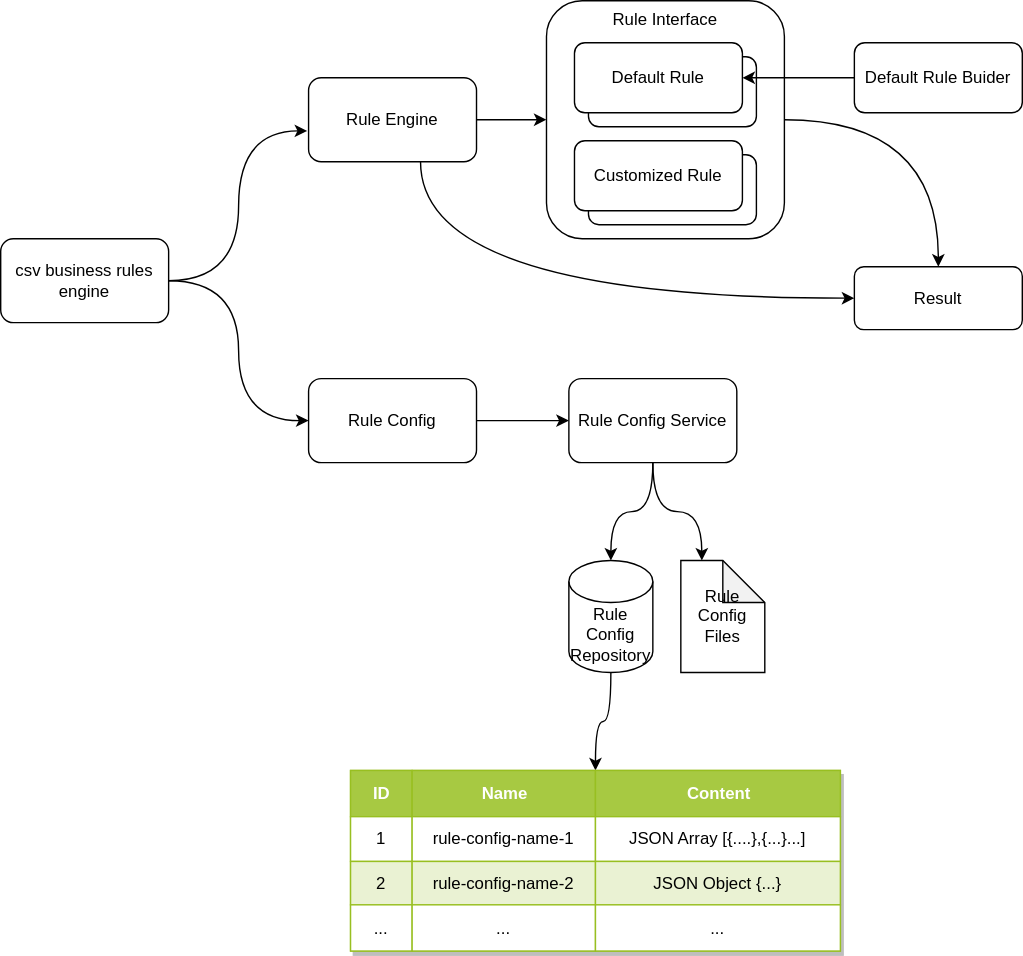
Before: csv-business-rules-engine.drawio.svg, a diagram exported from draw.io (colinzhu/business-rule-engine). Source tidied: cells renumbered, new cells last; positions are measured from the earlier drawing's top-left corner, leaving out a move shared by most shapes. Source of this version:
```xml
<mxGraphModel>
  <root>
    <mxCell id="0" />
    <mxCell id="1" parent="0" />
    <mxCell id="2" style="edgeStyle=orthogonalEdgeStyle;curved=1;rounded=0;jettySize=auto;html=1;entryX=-0.008;entryY=0.633;entryDx=0;entryDy=0;entryPerimeter=0;exitX=1;exitY=0.5;exitDx=0;exitDy=0;" parent="1" edge="1" source="4" target="7">
      <mxGeometry relative="1" as="geometry" />
    </mxCell>
    <mxCell id="3" style="edgeStyle=orthogonalEdgeStyle;curved=1;rounded=0;jettySize=auto;html=1;entryX=0;entryY=0.5;entryDx=0;entryDy=0;" parent="1" edge="1" source="4" target="9">
      <mxGeometry relative="1" as="geometry" />
    </mxCell>
    <mxCell id="4" value="csv business rules engine" style="rounded=1;whiteSpace=wrap;html=1;" parent="1" vertex="1">
      <mxGeometry y="170" width="120" height="60" as="geometry" />
    </mxCell>
    <mxCell id="5" style="edgeStyle=orthogonalEdgeStyle;curved=1;rounded=0;jettySize=auto;html=1;entryX=0;entryY=0.5;entryDx=0;entryDy=0;" parent="1" edge="1" source="7" target="35">
      <mxGeometry relative="1" as="geometry" />
    </mxCell>
    <mxCell id="6" style="edgeStyle=orthogonalEdgeStyle;curved=1;rounded=0;jettySize=auto;html=1;entryX=0;entryY=0.5;entryDx=0;entryDy=0;" parent="1" edge="1" source="7" target="43">
      <mxGeometry relative="1" as="geometry">
        <Array as="points">
          <mxPoint x="300" y="213" />
        </Array>
      </mxGeometry>
    </mxCell>
    <mxCell id="7" value="Rule Engine" style="rounded=1;whiteSpace=wrap;html=1;" parent="1" vertex="1">
      <mxGeometry x="220" y="55" width="120" height="60" as="geometry" />
    </mxCell>
    <mxCell id="8" style="edgeStyle=orthogonalEdgeStyle;curved=1;rounded=0;jettySize=auto;html=1;entryX=0;entryY=0.5;entryDx=0;entryDy=0;" parent="1" edge="1" source="9" target="14">
      <mxGeometry relative="1" as="geometry" />
    </mxCell>
    <mxCell id="9" value="Rule Config" style="rounded=1;whiteSpace=wrap;html=1;" parent="1" vertex="1">
      <mxGeometry x="220" y="270" width="120" height="60" as="geometry" />
    </mxCell>
    <mxCell id="10" style="edgeStyle=orthogonalEdgeStyle;curved=1;rounded=0;jettySize=auto;html=1;" parent="1" edge="1" source="11" target="18">
      <mxGeometry relative="1" as="geometry" />
    </mxCell>
    <mxCell id="11" value="Rule Config Repository" style="shape=cylinder3;whiteSpace=wrap;html=1;boundedLbl=1;backgroundOutline=1;size=15;" parent="1" vertex="1">
      <mxGeometry x="406" y="400" width="60" height="80" as="geometry" />
    </mxCell>
    <mxCell id="12" style="edgeStyle=orthogonalEdgeStyle;curved=1;rounded=0;jettySize=auto;html=1;" parent="1" edge="1" source="14" target="11">
      <mxGeometry relative="1" as="geometry" />
    </mxCell>
    <mxCell id="13" style="edgeStyle=orthogonalEdgeStyle;curved=1;rounded=0;jettySize=auto;html=1;entryX=0;entryY=0;entryDx=15;entryDy=0;entryPerimeter=0;" parent="1" edge="1" source="14" target="15">
      <mxGeometry relative="1" as="geometry" />
    </mxCell>
    <mxCell id="14" value="Rule Config Service" style="rounded=1;whiteSpace=wrap;html=1;" parent="1" vertex="1">
      <mxGeometry x="406" y="270" width="120" height="60" as="geometry" />
    </mxCell>
    <mxCell id="15" value="Rule Config Files" style="shape=note;whiteSpace=wrap;html=1;backgroundOutline=1;darkOpacity=0.05;" parent="1" vertex="1">
      <mxGeometry x="486" y="400" width="60" height="80" as="geometry" />
    </mxCell>
    <mxCell id="16" value="Default Rule Buider" style="rounded=1;whiteSpace=wrap;html=1;" parent="1" vertex="1">
      <mxGeometry x="610" y="30" width="120" height="50" as="geometry" />
    </mxCell>
    <mxCell id="17" value="Assets" style="strokeColor=#98bf21;fillColor=#A7C942;shadow=1;" parent="1" vertex="1">
      <mxGeometry x="250" y="550" width="350" height="129" as="geometry" />
    </mxCell>
    <mxCell id="18" style="shape=tableRow;horizontal=0;startSize=0;swimlaneHead=0;swimlaneBody=0;top=0;left=0;bottom=0;right=0;fontStyle=0;strokeColor=inherit;fillColor=#ffffff;" parent="17" vertex="1">
      <mxGeometry width="350" height="33" as="geometry" />
    </mxCell>
    <mxCell id="19" value="ID" style="strokeColor=inherit;fillColor=#A7C942;align=center;fontStyle=1;fontColor=#FFFFFF;html=1;" parent="18" vertex="1">
      <mxGeometry width="44" height="33" as="geometry" />
    </mxCell>
    <mxCell id="20" value="Name" style="strokeColor=inherit;fillColor=#A7C942;align=center;fontStyle=1;fontColor=#FFFFFF;html=1;" parent="18" vertex="1">
      <mxGeometry x="44" width="131" height="33" as="geometry" />
    </mxCell>
    <mxCell id="21" value="Content" style="strokeColor=inherit;fillColor=#A7C942;align=center;fontStyle=1;fontColor=#FFFFFF;html=1;" parent="18" vertex="1">
      <mxGeometry x="175" width="175" height="33" as="geometry" />
    </mxCell>
    <mxCell id="22" style="shape=tableRow;horizontal=0;startSize=0;swimlaneHead=0;swimlaneBody=0;top=0;left=0;bottom=0;right=0;fontStyle=0;strokeColor=inherit;fillColor=#ffffff;" parent="17" vertex="1">
      <mxGeometry y="33" width="350" height="32" as="geometry" />
    </mxCell>
    <mxCell id="23" value="1" style="strokeColor=inherit;fillColor=inherit;align=center;whiteSpace=wrap;html=1;" parent="22" vertex="1">
      <mxGeometry width="44" height="32" as="geometry" />
    </mxCell>
    <mxCell id="24" value="rule-config-name-1" style="strokeColor=inherit;fillColor=inherit;align=center;whiteSpace=wrap;html=1;" parent="22" vertex="1">
      <mxGeometry x="44" width="131" height="32" as="geometry" />
    </mxCell>
    <mxCell id="25" value="JSON Array [{....},{...}...]" style="strokeColor=inherit;fillColor=inherit;align=center;whiteSpace=wrap;html=1;" parent="22" vertex="1">
      <mxGeometry x="175" width="175" height="32" as="geometry" />
    </mxCell>
    <mxCell id="26" style="shape=tableRow;horizontal=0;startSize=0;swimlaneHead=0;swimlaneBody=0;top=0;left=0;bottom=0;right=0;fontStyle=1;strokeColor=inherit;fillColor=#EAF2D3;" parent="17" vertex="1">
      <mxGeometry y="65" width="350" height="31" as="geometry" />
    </mxCell>
    <mxCell id="27" value="2" style="strokeColor=inherit;fillColor=inherit;whiteSpace=wrap;html=1;" parent="26" vertex="1">
      <mxGeometry width="44" height="31" as="geometry" />
    </mxCell>
    <mxCell id="28" value="rule-config-name-2" style="strokeColor=inherit;fillColor=inherit;whiteSpace=wrap;html=1;" parent="26" vertex="1">
      <mxGeometry x="44" width="131" height="31" as="geometry" />
    </mxCell>
    <mxCell id="29" value="JSON Object {...}" style="strokeColor=inherit;fillColor=inherit;whiteSpace=wrap;html=1;" parent="26" vertex="1">
      <mxGeometry x="175" width="175" height="31" as="geometry" />
    </mxCell>
    <mxCell id="30" style="shape=tableRow;horizontal=0;startSize=0;swimlaneHead=0;swimlaneBody=0;top=0;left=0;bottom=0;right=0;fontStyle=0;strokeColor=inherit;fillColor=#ffffff;" parent="17" vertex="1">
      <mxGeometry y="96" width="350" height="33" as="geometry" />
    </mxCell>
    <mxCell id="31" value="..." style="strokeColor=inherit;fillColor=inherit;fontStyle=0;align=center;whiteSpace=wrap;html=1;" parent="30" vertex="1">
      <mxGeometry width="44" height="33" as="geometry" />
    </mxCell>
    <mxCell id="32" value="..." style="strokeColor=inherit;fillColor=inherit;fontStyle=0;align=center;whiteSpace=wrap;html=1;" parent="30" vertex="1">
      <mxGeometry x="44" width="131" height="33" as="geometry" />
    </mxCell>
    <mxCell id="33" value="..." style="strokeColor=inherit;fillColor=inherit;fontStyle=0;align=center;whiteSpace=wrap;html=1;" parent="30" vertex="1">
      <mxGeometry x="175" width="175" height="33" as="geometry" />
    </mxCell>
    <mxCell id="34" style="edgeStyle=orthogonalEdgeStyle;curved=1;rounded=0;jettySize=auto;html=1;exitX=1;exitY=0.5;exitDx=0;exitDy=0;" parent="1" edge="1" source="35" target="43">
      <mxGeometry relative="1" as="geometry" />
    </mxCell>
    <mxCell id="35" value="Rule Interface" style="rounded=1;whiteSpace=wrap;html=1;verticalAlign=top;" parent="1" vertex="1">
      <mxGeometry x="390" width="170" height="170" as="geometry" />
    </mxCell>
    <mxCell id="36" style="group;" parent="1" vertex="1">
      <mxGeometry x="410" y="100" width="130" height="60" as="geometry" />
    </mxCell>
    <mxCell id="37" value="Customized Rule" style="rounded=1;whiteSpace=wrap;html=1;" parent="36" vertex="1">
      <mxGeometry x="10" y="10" width="120" height="50" as="geometry" />
    </mxCell>
    <mxCell id="38" value="Customized Rule" style="rounded=1;whiteSpace=wrap;html=1;" parent="36" vertex="1">
      <mxGeometry width="120" height="50" as="geometry" />
    </mxCell>
    <mxCell id="39" style="group;" parent="1" vertex="1">
      <mxGeometry x="410" y="30" width="130" height="60" as="geometry" />
    </mxCell>
    <mxCell id="40" value="Default Rule" style="rounded=1;whiteSpace=wrap;html=1;" parent="39" vertex="1">
      <mxGeometry x="10" y="10" width="120" height="50" as="geometry" />
    </mxCell>
    <mxCell id="41" value="Default Rule" style="rounded=1;whiteSpace=wrap;html=1;" parent="39" vertex="1">
      <mxGeometry width="120" height="50" as="geometry" />
    </mxCell>
    <mxCell id="42" style="edgeStyle=orthogonalEdgeStyle;curved=1;rounded=0;jettySize=auto;html=1;" parent="1" edge="1" source="16" target="41">
      <mxGeometry relative="1" as="geometry" />
    </mxCell>
    <mxCell id="43" value="Result" style="rounded=1;whiteSpace=wrap;html=1;" parent="1" vertex="1">
      <mxGeometry x="610" y="190" width="120" height="45" as="geometry" />
    </mxCell>
  </root>
</mxGraphModel>
```
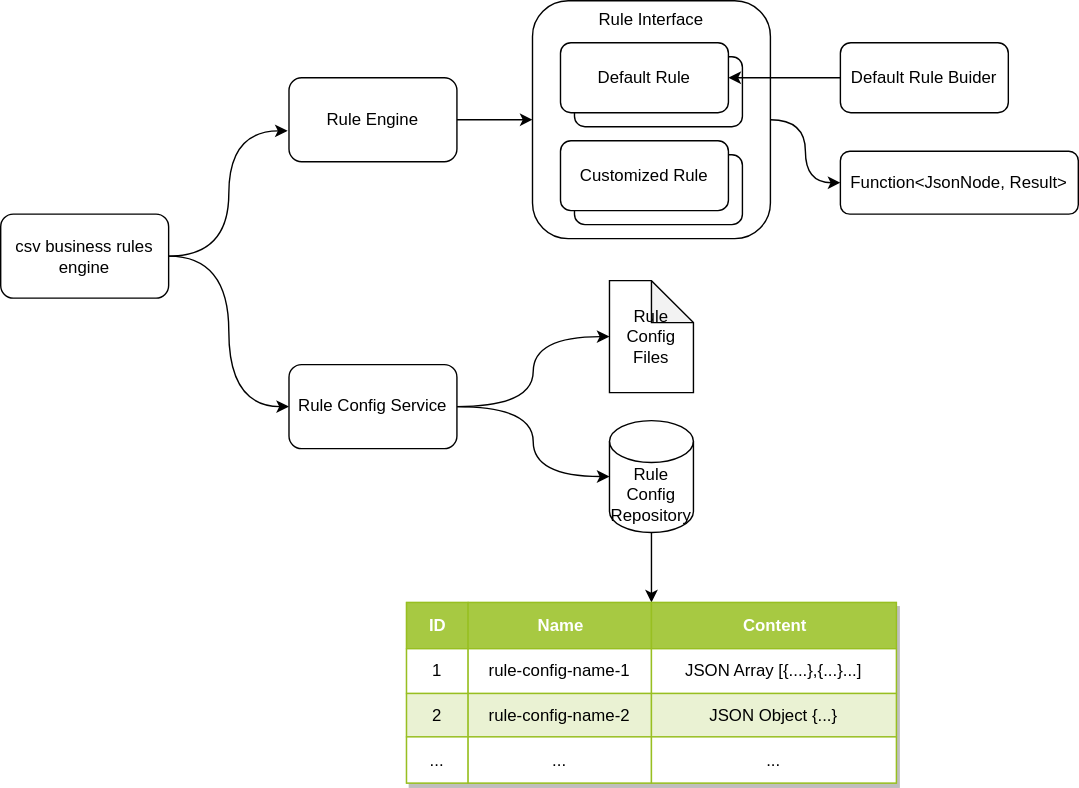
Later version of the same file.

Change to the diagram source:
```diff
@@ -5,54 +5,41 @@
     <mxCell id="2" style="edgeStyle=orthogonalEdgeStyle;curved=1;rounded=0;jettySize=auto;html=1;entryX=-0.008;entryY=0.633;entryDx=0;entryDy=0;entryPerimeter=0;exitX=1;exitY=0.5;exitDx=0;exitDy=0;" parent="1" edge="1" source="4" target="7">
       <mxGeometry relative="1" as="geometry" />
     </mxCell>
-    <mxCell id="3" style="edgeStyle=orthogonalEdgeStyle;curved=1;rounded=0;jettySize=auto;html=1;entryX=0;entryY=0.5;entryDx=0;entryDy=0;" parent="1" edge="1" source="4" target="9">
+    <mxCell id="3" style="edgeStyle=orthogonalEdgeStyle;curved=1;rounded=0;jettySize=auto;html=1;entryX=0;entryY=0.5;entryDx=0;entryDy=0;" parent="1" edge="1" source="4" target="14">
       <mxGeometry relative="1" as="geometry" />
     </mxCell>
     <mxCell id="4" value="csv business rules engine" style="rounded=1;whiteSpace=wrap;html=1;" parent="1" vertex="1">
-      <mxGeometry y="170" width="120" height="60" as="geometry" />
+      <mxGeometry x="-20" y="152.5" width="120" height="60" as="geometry" />
     </mxCell>
     <mxCell id="5" style="edgeStyle=orthogonalEdgeStyle;curved=1;rounded=0;jettySize=auto;html=1;entryX=0;entryY=0.5;entryDx=0;entryDy=0;" parent="1" edge="1" source="7" target="35">
       <mxGeometry relative="1" as="geometry" />
     </mxCell>
-    <mxCell id="6" style="edgeStyle=orthogonalEdgeStyle;curved=1;rounded=0;jettySize=auto;html=1;entryX=0;entryY=0.5;entryDx=0;entryDy=0;" parent="1" edge="1" source="7" target="43">
-      <mxGeometry relative="1" as="geometry">
-        <Array as="points">
-          <mxPoint x="300" y="213" />
-        </Array>
-      </mxGeometry>
-    </mxCell>
     <mxCell id="7" value="Rule Engine" style="rounded=1;whiteSpace=wrap;html=1;" parent="1" vertex="1">
-      <mxGeometry x="220" y="55" width="120" height="60" as="geometry" />
+      <mxGeometry x="186" y="55" width="120" height="60" as="geometry" />
     </mxCell>
-    <mxCell id="8" style="edgeStyle=orthogonalEdgeStyle;curved=1;rounded=0;jettySize=auto;html=1;entryX=0;entryY=0.5;entryDx=0;entryDy=0;" parent="1" edge="1" source="9" target="14">
-      <mxGeometry relative="1" as="geometry" />
-    </mxCell>
-    <mxCell id="9" value="Rule Config" style="rounded=1;whiteSpace=wrap;html=1;" parent="1" vertex="1">
-      <mxGeometry x="220" y="270" width="120" height="60" as="geometry" />
-    </mxCell>
     <mxCell id="10" style="edgeStyle=orthogonalEdgeStyle;curved=1;rounded=0;jettySize=auto;html=1;" parent="1" edge="1" source="11" target="18">
       <mxGeometry relative="1" as="geometry" />
     </mxCell>
     <mxCell id="11" value="Rule Config Repository" style="shape=cylinder3;whiteSpace=wrap;html=1;boundedLbl=1;backgroundOutline=1;size=15;" parent="1" vertex="1">
-      <mxGeometry x="406" y="400" width="60" height="80" as="geometry" />
+      <mxGeometry x="415" y="300" width="60" height="80" as="geometry" />
     </mxCell>
+    <mxCell id="13" style="edgeStyle=orthogonalEdgeStyle;curved=1;rounded=0;jettySize=auto;html=1;entryX=0;entryY=0.5;entryDx=0;entryDy=0;entryPerimeter=0;" parent="1" edge="1" source="14" target="15">
+      <mxGeometry relative="1" as="geometry" />
+    </mxCell>
-    <mxCell id="12" style="edgeStyle=orthogonalEdgeStyle;curved=1;rounded=0;jettySize=auto;html=1;" parent="1" edge="1" source="14" target="11">
+    <mxCell id="12" style="edgeStyle=orthogonalEdgeStyle;curved=1;rounded=0;jettySize=auto;html=1;entryX=0;entryY=0.5;entryDx=0;entryDy=0;entryPerimeter=0;" parent="1" edge="1" source="14" target="11">
       <mxGeometry relative="1" as="geometry" />
     </mxCell>
-    <mxCell id="13" style="edgeStyle=orthogonalEdgeStyle;curved=1;rounded=0;jettySize=auto;html=1;entryX=0;entryY=0;entryDx=15;entryDy=0;entryPerimeter=0;" parent="1" edge="1" source="14" target="15">
-      <mxGeometry relative="1" as="geometry" />
-    </mxCell>
     <mxCell id="14" value="Rule Config Service" style="rounded=1;whiteSpace=wrap;html=1;" parent="1" vertex="1">
-      <mxGeometry x="406" y="270" width="120" height="60" as="geometry" />
+      <mxGeometry x="186" y="260" width="120" height="60" as="geometry" />
     </mxCell>
     <mxCell id="15" value="Rule Config Files" style="shape=note;whiteSpace=wrap;html=1;backgroundOutline=1;darkOpacity=0.05;" parent="1" vertex="1">
-      <mxGeometry x="486" y="400" width="60" height="80" as="geometry" />
+      <mxGeometry x="415" y="200" width="60" height="80" as="geometry" />
     </mxCell>
     <mxCell id="16" value="Default Rule Buider" style="rounded=1;whiteSpace=wrap;html=1;" parent="1" vertex="1">
-      <mxGeometry x="610" y="30" width="120" height="50" as="geometry" />
+      <mxGeometry x="580" y="30" width="120" height="50" as="geometry" />
     </mxCell>
     <mxCell id="17" value="Assets" style="strokeColor=#98bf21;fillColor=#A7C942;shadow=1;" parent="1" vertex="1">
-      <mxGeometry x="250" y="550" width="350" height="129" as="geometry" />
+      <mxGeometry x="270" y="430" width="350" height="129" as="geometry" />
     </mxCell>
     <mxCell id="18" style="shape=tableRow;horizontal=0;startSize=0;swimlaneHead=0;swimlaneBody=0;top=0;left=0;bottom=0;right=0;fontStyle=0;strokeColor=inherit;fillColor=#ffffff;" parent="17" vertex="1">
       <mxGeometry width="350" height="33" as="geometry" />
@@ -102,14 +89,14 @@
     <mxCell id="33" value="..." style="strokeColor=inherit;fillColor=inherit;fontStyle=0;align=center;whiteSpace=wrap;html=1;" parent="30" vertex="1">
       <mxGeometry x="175" width="175" height="33" as="geometry" />
     </mxCell>
-    <mxCell id="34" style="edgeStyle=orthogonalEdgeStyle;curved=1;rounded=0;jettySize=auto;html=1;exitX=1;exitY=0.5;exitDx=0;exitDy=0;" parent="1" edge="1" source="35" target="43">
+    <mxCell id="34" style="edgeStyle=orthogonalEdgeStyle;curved=1;rounded=0;jettySize=auto;html=1;entryX=0;entryY=0.5;entryDx=0;entryDy=0;exitX=1;exitY=0.5;exitDx=0;exitDy=0;" parent="1" edge="1" source="35" target="43">
       <mxGeometry relative="1" as="geometry" />
     </mxCell>
     <mxCell id="35" value="Rule Interface" style="rounded=1;whiteSpace=wrap;html=1;verticalAlign=top;" parent="1" vertex="1">
-      <mxGeometry x="390" width="170" height="170" as="geometry" />
+      <mxGeometry x="360" width="170" height="170" as="geometry" />
     </mxCell>
     <mxCell id="36" style="group;" parent="1" vertex="1">
-      <mxGeometry x="410" y="100" width="130" height="60" as="geometry" />
+      <mxGeometry x="380" y="100" width="130" height="60" as="geometry" />
     </mxCell>
     <mxCell id="37" value="Customized Rule" style="rounded=1;whiteSpace=wrap;html=1;" parent="36" vertex="1">
       <mxGeometry x="10" y="10" width="120" height="50" as="geometry" />
@@ -118,7 +105,7 @@
       <mxGeometry width="120" height="50" as="geometry" />
     </mxCell>
     <mxCell id="39" style="group;" parent="1" vertex="1">
-      <mxGeometry x="410" y="30" width="130" height="60" as="geometry" />
+      <mxGeometry x="380" y="30" width="130" height="60" as="geometry" />
     </mxCell>
     <mxCell id="40" value="Default Rule" style="rounded=1;whiteSpace=wrap;html=1;" parent="39" vertex="1">
       <mxGeometry x="10" y="10" width="120" height="50" as="geometry" />
@@ -129,8 +116,8 @@
     <mxCell id="42" style="edgeStyle=orthogonalEdgeStyle;curved=1;rounded=0;jettySize=auto;html=1;" parent="1" edge="1" source="16" target="41">
       <mxGeometry relative="1" as="geometry" />
     </mxCell>
-    <mxCell id="43" value="Result" style="rounded=1;whiteSpace=wrap;html=1;" parent="1" vertex="1">
-      <mxGeometry x="610" y="190" width="120" height="45" as="geometry" />
+    <mxCell id="43" value="Function&amp;lt;JsonNode, Result&amp;gt;" style="rounded=1;whiteSpace=wrap;html=1;" parent="1" vertex="1">
+      <mxGeometry x="580" y="107.5" width="170" height="45" as="geometry" />
     </mxCell>
   </root>
 </mxGraphModel>
```
